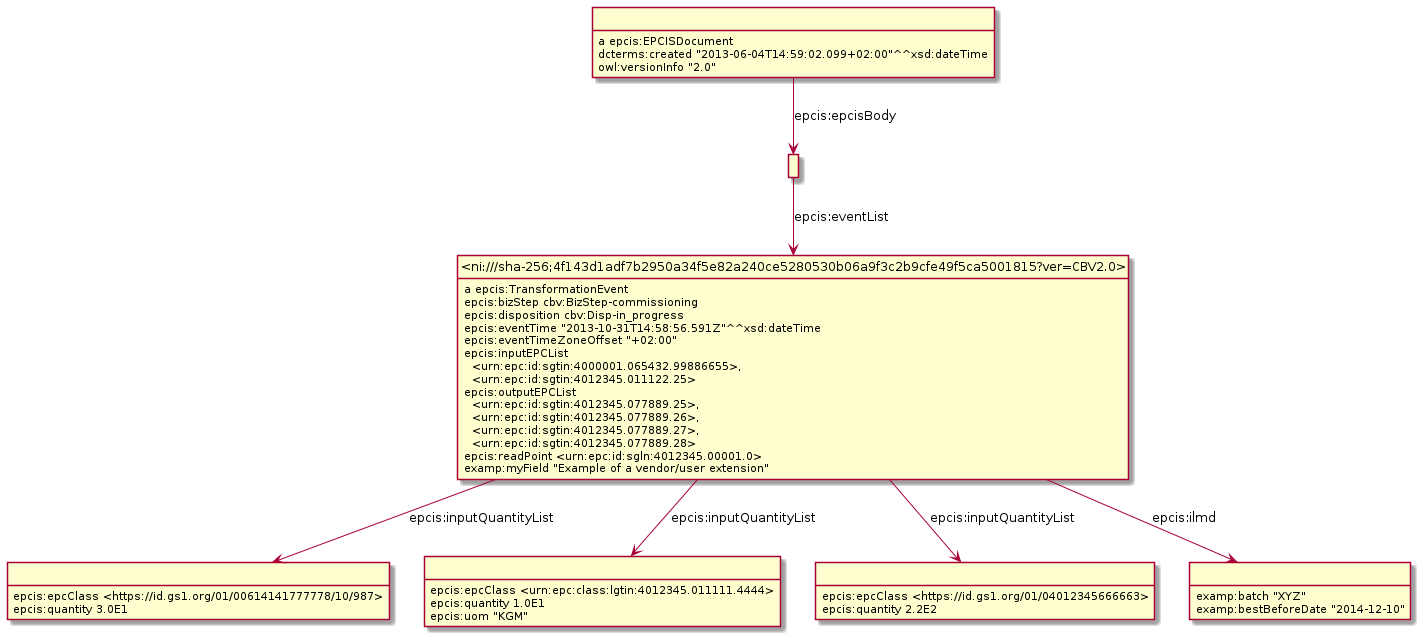
gs1/EPCIS keeps this PlantUML diagram as Diagrams/WithDigitalLinkID/Example_9.6.4-TransformationEventWithDigitalLink.png. Above is the earlier version. Source of this version:
```plantuml
@startuml
hide empty methods
hide empty attributes
hide circle
skinparam classAttributeIconSize 0
class _r1631887030r4_ as " "
_r1631887030r4_ : epcis:epcClass <https://id.gs1.org/01/00614141777778/10/987>
_r1631887030r4_ : epcis:quantity 3.0E1
class _r1631887030r5_ as " "
_r1631887030r5_ : epcis:epcClass <urn:epc:class:lgtin:4012345.011111.4444>
_r1631887030r5_ : epcis:quantity 1.0E1
_r1631887030r5_ : epcis:uom "KGM"
class _ni_sha_256_4f143d1adf7b2950a34f5e82a240ce5280530b06a9f3c2b9cfe49f5ca5001815_ver_CBV2_0_ as "<ni:///sha-256;4f143d1adf7b2950a34f5e82a240ce5280530b06a9f3c2b9cfe49f5ca5001815?ver=CBV2.0>"
_ni_sha_256_4f143d1adf7b2950a34f5e82a240ce5280530b06a9f3c2b9cfe49f5ca5001815_ver_CBV2_0_ : a epcis:TransformationEvent
_ni_sha_256_4f143d1adf7b2950a34f5e82a240ce5280530b06a9f3c2b9cfe49f5ca5001815_ver_CBV2_0_ -down-> _r1631887030r5_ : epcis:inputQuantityList
class _r1631887030r3_ as " "
_ni_sha_256_4f143d1adf7b2950a34f5e82a240ce5280530b06a9f3c2b9cfe49f5ca5001815_ver_CBV2_0_ -down-> _r1631887030r3_ : epcis:inputQuantityList
_ni_sha_256_4f143d1adf7b2950a34f5e82a240ce5280530b06a9f3c2b9cfe49f5ca5001815_ver_CBV2_0_ -down-> _r1631887030r4_ : epcis:inputQuantityList
class _r1631887030r2_ as " "
_ni_sha_256_4f143d1adf7b2950a34f5e82a240ce5280530b06a9f3c2b9cfe49f5ca5001815_ver_CBV2_0_ -down-> _r1631887030r2_ : epcis:ilmd
_ni_sha_256_4f143d1adf7b2950a34f5e82a240ce5280530b06a9f3c2b9cfe49f5ca5001815_ver_CBV2_0_ : epcis:bizStep cbv:BizStep-commissioning
_ni_sha_256_4f143d1adf7b2950a34f5e82a240ce5280530b06a9f3c2b9cfe49f5ca5001815_ver_CBV2_0_ : epcis:disposition cbv:Disp-in_progress
_ni_sha_256_4f143d1adf7b2950a34f5e82a240ce5280530b06a9f3c2b9cfe49f5ca5001815_ver_CBV2_0_ : epcis:eventTime "2013-10-31T14:58:56.591Z"^^xsd:dateTime
_ni_sha_256_4f143d1adf7b2950a34f5e82a240ce5280530b06a9f3c2b9cfe49f5ca5001815_ver_CBV2_0_ : epcis:eventTimeZoneOffset "+02:00"
_ni_sha_256_4f143d1adf7b2950a34f5e82a240ce5280530b06a9f3c2b9cfe49f5ca5001815_ver_CBV2_0_ : epcis:inputEPCList\n  <urn:epc:id:sgtin:4000001.065432.99886655>,\n  <urn:epc:id:sgtin:4012345.011122.25>
_ni_sha_256_4f143d1adf7b2950a34f5e82a240ce5280530b06a9f3c2b9cfe49f5ca5001815_ver_CBV2_0_ : epcis:outputEPCList\n  <urn:epc:id:sgtin:4012345.077889.25>,\n  <urn:epc:id:sgtin:4012345.077889.26>,\n  <urn:epc:id:sgtin:4012345.077889.27>,\n  <urn:epc:id:sgtin:4012345.077889.28>
_ni_sha_256_4f143d1adf7b2950a34f5e82a240ce5280530b06a9f3c2b9cfe49f5ca5001815_ver_CBV2_0_ : epcis:readPoint <urn:epc:id:sgln:4012345.00001.0>
_ni_sha_256_4f143d1adf7b2950a34f5e82a240ce5280530b06a9f3c2b9cfe49f5ca5001815_ver_CBV2_0_ : examp:myField "Example of a vendor/user extension"
_r1631887030r2_ : examp:batch "XYZ"
_r1631887030r2_ : examp:bestBeforeDate "2014-12-10"
_r1631887030r3_ : epcis:epcClass <https://id.gs1.org/01/04012345666663>
_r1631887030r3_ : epcis:quantity 2.2E2
class _r1631887030r0_ as " "
_r1631887030r0_ : a epcis:EPCISDocument
class _r1631887030r1_ as " "
_r1631887030r0_ -down-> _r1631887030r1_ : epcis:epcisBody
_r1631887030r0_ : dcterms:created "2013-06-04T14:59:02.099+02:00"^^xsd:dateTime
_r1631887030r0_ : owl:versionInfo "2.0"
_r1631887030r1_ -down-> _ni_sha_256_4f143d1adf7b2950a34f5e82a240ce5280530b06a9f3c2b9cfe49f5ca5001815_ver_CBV2_0_ : epcis:eventList
@enduml
```
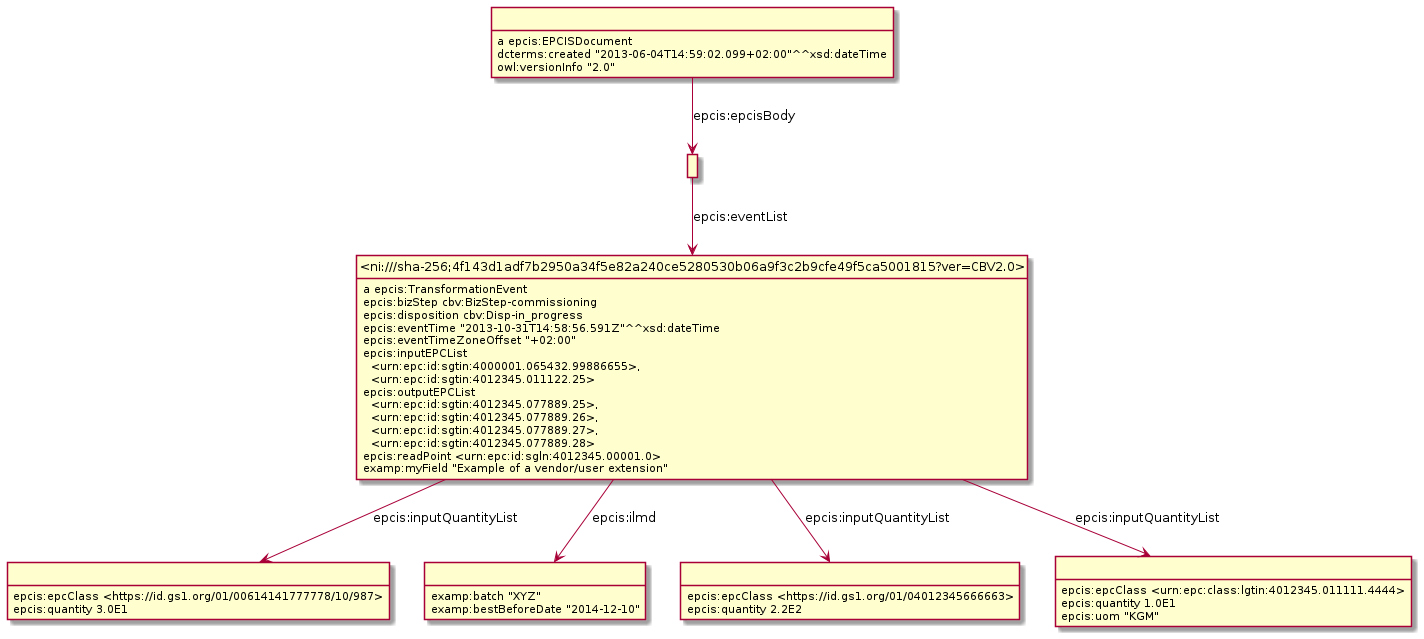
The same diagram one commit later.

Change to the diagram source:
```diff
@@ -3,21 +3,32 @@
 hide empty attributes
 hide circle
 skinparam classAttributeIconSize 0
-class _r1631887030r4_ as " "
-_r1631887030r4_ : epcis:epcClass <https://id.gs1.org/01/00614141777778/10/987>
-_r1631887030r4_ : epcis:quantity 3.0E1
-class _r1631887030r5_ as " "
-_r1631887030r5_ : epcis:epcClass <urn:epc:class:lgtin:4012345.011111.4444>
-_r1631887030r5_ : epcis:quantity 1.0E1
-_r1631887030r5_ : epcis:uom "KGM"
+class _r1631889697r4_ as " "
+_r1631889697r4_ : epcis:epcClass <https://id.gs1.org/01/00614141777778/10/987>
+_r1631889697r4_ : epcis:quantity 3.0E1
+class _r1631889697r1_ as " "
 class _ni_sha_256_4f143d1adf7b2950a34f5e82a240ce5280530b06a9f3c2b9cfe49f5ca5001815_ver_CBV2_0_ as "<ni:///sha-256;4f143d1adf7b2950a34f5e82a240ce5280530b06a9f3c2b9cfe49f5ca5001815?ver=CBV2.0>"
+_r1631889697r1_ -down-> _ni_sha_256_4f143d1adf7b2950a34f5e82a240ce5280530b06a9f3c2b9cfe49f5ca5001815_ver_CBV2_0_ : epcis:eventList
+class _r1631889697r2_ as " "
+_r1631889697r2_ : examp:batch "XYZ"
+_r1631889697r2_ : examp:bestBeforeDate "2014-12-10"
+class _r1631889697r3_ as " "
+_r1631889697r3_ : epcis:epcClass <https://id.gs1.org/01/04012345666663>
+_r1631889697r3_ : epcis:quantity 2.2E2
+class _r1631889697r0_ as " "
+_r1631889697r0_ : a epcis:EPCISDocument
+_r1631889697r0_ -down-> _r1631889697r1_ : epcis:epcisBody
+_r1631889697r0_ : dcterms:created "2013-06-04T14:59:02.099+02:00"^^xsd:dateTime
+_r1631889697r0_ : owl:versionInfo "2.0"
+class _r1631889697r5_ as " "
+_r1631889697r5_ : epcis:epcClass <urn:epc:class:lgtin:4012345.011111.4444>
+_r1631889697r5_ : epcis:quantity 1.0E1
+_r1631889697r5_ : epcis:uom "KGM"
 _ni_sha_256_4f143d1adf7b2950a34f5e82a240ce5280530b06a9f3c2b9cfe49f5ca5001815_ver_CBV2_0_ : a epcis:TransformationEvent
-_ni_sha_256_4f143d1adf7b2950a34f5e82a240ce5280530b06a9f3c2b9cfe49f5ca5001815_ver_CBV2_0_ -down-> _r1631887030r5_ : epcis:inputQuantityList
-class _r1631887030r3_ as " "
-_ni_sha_256_4f143d1adf7b2950a34f5e82a240ce5280530b06a9f3c2b9cfe49f5ca5001815_ver_CBV2_0_ -down-> _r1631887030r3_ : epcis:inputQuantityList
-_ni_sha_256_4f143d1adf7b2950a34f5e82a240ce5280530b06a9f3c2b9cfe49f5ca5001815_ver_CBV2_0_ -down-> _r1631887030r4_ : epcis:inputQuantityList
-class _r1631887030r2_ as " "
-_ni_sha_256_4f143d1adf7b2950a34f5e82a240ce5280530b06a9f3c2b9cfe49f5ca5001815_ver_CBV2_0_ -down-> _r1631887030r2_ : epcis:ilmd
+_ni_sha_256_4f143d1adf7b2950a34f5e82a240ce5280530b06a9f3c2b9cfe49f5ca5001815_ver_CBV2_0_ -down-> _r1631889697r5_ : epcis:inputQuantityList
+_ni_sha_256_4f143d1adf7b2950a34f5e82a240ce5280530b06a9f3c2b9cfe49f5ca5001815_ver_CBV2_0_ -down-> _r1631889697r4_ : epcis:inputQuantityList
+_ni_sha_256_4f143d1adf7b2950a34f5e82a240ce5280530b06a9f3c2b9cfe49f5ca5001815_ver_CBV2_0_ -down-> _r1631889697r2_ : epcis:ilmd
+_ni_sha_256_4f143d1adf7b2950a34f5e82a240ce5280530b06a9f3c2b9cfe49f5ca5001815_ver_CBV2_0_ -down-> _r1631889697r3_ : epcis:inputQuantityList
 _ni_sha_256_4f143d1adf7b2950a34f5e82a240ce5280530b06a9f3c2b9cfe49f5ca5001815_ver_CBV2_0_ : epcis:bizStep cbv:BizStep-commissioning
 _ni_sha_256_4f143d1adf7b2950a34f5e82a240ce5280530b06a9f3c2b9cfe49f5ca5001815_ver_CBV2_0_ : epcis:disposition cbv:Disp-in_progress
 _ni_sha_256_4f143d1adf7b2950a34f5e82a240ce5280530b06a9f3c2b9cfe49f5ca5001815_ver_CBV2_0_ : epcis:eventTime "2013-10-31T14:58:56.591Z"^^xsd:dateTime
@@ -26,15 +37,4 @@
 _ni_sha_256_4f143d1adf7b2950a34f5e82a240ce5280530b06a9f3c2b9cfe49f5ca5001815_ver_CBV2_0_ : epcis:outputEPCList\n  <urn:epc:id:sgtin:4012345.077889.25>,\n  <urn:epc:id:sgtin:4012345.077889.26>,\n  <urn:epc:id:sgtin:4012345.077889.27>,\n  <urn:epc:id:sgtin:4012345.077889.28>
 _ni_sha_256_4f143d1adf7b2950a34f5e82a240ce5280530b06a9f3c2b9cfe49f5ca5001815_ver_CBV2_0_ : epcis:readPoint <urn:epc:id:sgln:4012345.00001.0>
 _ni_sha_256_4f143d1adf7b2950a34f5e82a240ce5280530b06a9f3c2b9cfe49f5ca5001815_ver_CBV2_0_ : examp:myField "Example of a vendor/user extension"
-_r1631887030r2_ : examp:batch "XYZ"
-_r1631887030r2_ : examp:bestBeforeDate "2014-12-10"
-_r1631887030r3_ : epcis:epcClass <https://id.gs1.org/01/04012345666663>
-_r1631887030r3_ : epcis:quantity 2.2E2
-class _r1631887030r0_ as " "
-_r1631887030r0_ : a epcis:EPCISDocument
-class _r1631887030r1_ as " "
-_r1631887030r0_ -down-> _r1631887030r1_ : epcis:epcisBody
-_r1631887030r0_ : dcterms:created "2013-06-04T14:59:02.099+02:00"^^xsd:dateTime
-_r1631887030r0_ : owl:versionInfo "2.0"
-_r1631887030r1_ -down-> _ni_sha_256_4f143d1adf7b2950a34f5e82a240ce5280530b06a9f3c2b9cfe49f5ca5001815_ver_CBV2_0_ : epcis:eventList
 @enduml
```
